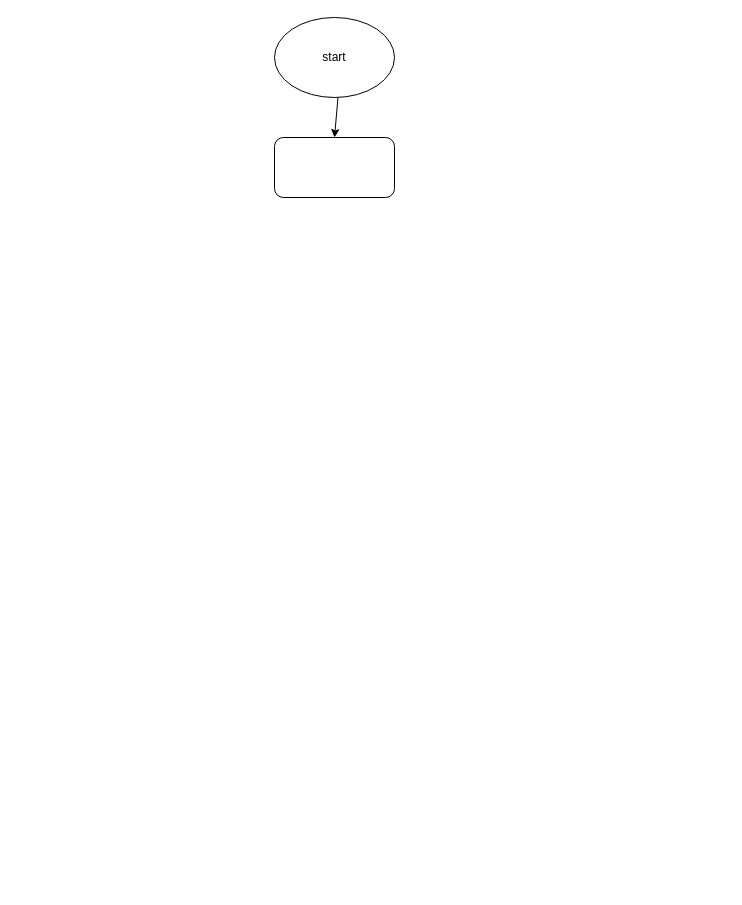
This is scheme.drawio from semenjons/itog, a draw.io file, before an edit. Source tidied: cells renumbered, new cells numbered last; positions are measured from the earlier drawing's top-left corner, leaving out a move shared by most shapes. Both pictures are drawn from the tidied source at 100%, with x=0, y=0 at pixel (274, 17).
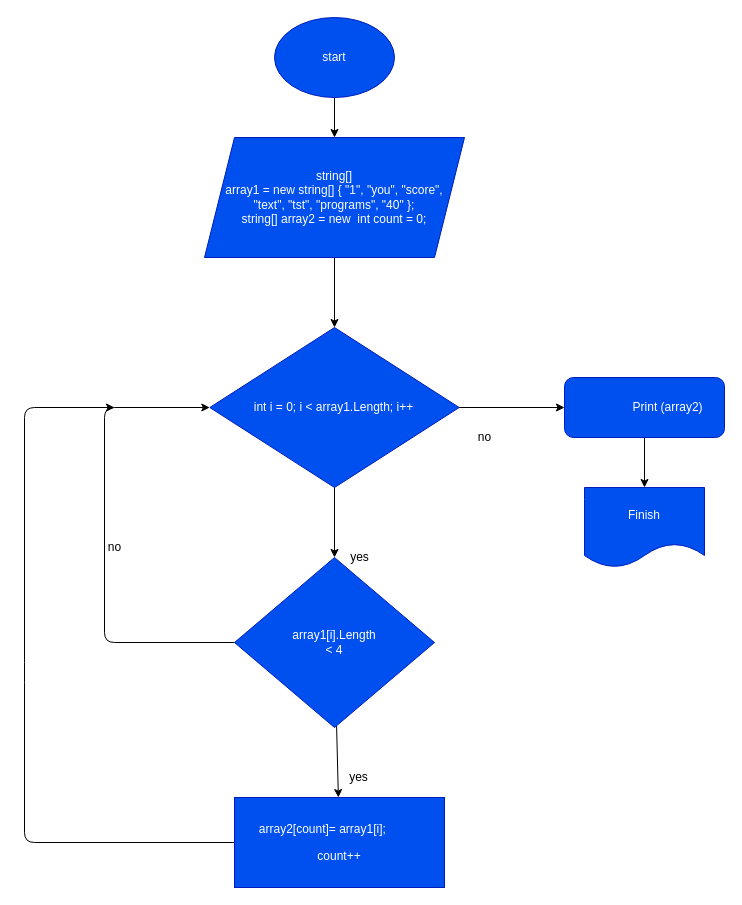
Above is the later version.

Commit message (it also covers changes not shown here):
создан файл блок схемы с расширением png

Change to the diagram source:
```diff
@@
-    <mxCell id="2" style="rounded=1;whiteSpace=wrap;html=1;" parent="1" vertex="1">
-      <mxGeometry y="120" width="120" height="60" as="geometry" />
-    </mxCell>
+    <mxCell id="5" style="edgeStyle=none;html=1;exitX=0.5;exitY=1;exitDx=0;exitDy=0;" parent="1" edge="1" source="9" target="8">
+      <mxGeometry relative="1" as="geometry" />
+    </mxCell>
-    <mxCell id="3" style="edgeStyle=none;html=1;entryX=0.5;entryY=0;entryDx=0;entryDy=0;" parent="1" edge="1" source="4" target="2">
-      <mxGeometry relative="1" as="geometry" />
+    <mxCell id="3" style="edgeStyle=none;html=1;entryX=0.5;entryY=0;entryDx=0;entryDy=0;" parent="1" edge="1" source="4">
+      <mxGeometry relative="1" as="geometry">
+        <mxPoint x="60" y="120" as="targetPoint" />
+      </mxGeometry>
     </mxCell>
-    <mxCell id="4" value="start" style="ellipse;whiteSpace=wrap;html=1;" parent="1" vertex="1">
+    <mxCell id="4" value="start" style="ellipse;whiteSpace=wrap;html=1;fillColor=#0050ef;fontColor=#ffffff;strokeColor=#001DBC;" parent="1" vertex="1">
       <mxGeometry width="120" height="80" as="geometry" />
     </mxCell>
+    <mxCell id="6" style="edgeStyle=none;html=1;" parent="1" edge="1" source="8" target="12">
+      <mxGeometry relative="1" as="geometry" />
+    </mxCell>
+    <mxCell id="7" style="edgeStyle=none;html=1;" parent="1" edge="1" source="8" target="18">
+      <mxGeometry relative="1" as="geometry" />
+    </mxCell>
+    <mxCell id="8" value="int i = 0; i &amp;lt; array1.Length; i++" style="rhombus;whiteSpace=wrap;html=1;fillColor=#0050ef;fontColor=#ffffff;strokeColor=#001DBC;" parent="1" vertex="1">
+      <mxGeometry x="-64.7" y="310" width="249.4" height="160" as="geometry" />
+    </mxCell>
+    <mxCell id="9" value="&lt;p class=&quot;MsoNormal&quot;&gt;&lt;span lang=&quot;EN-US&quot;&gt;string[]&lt;br/&gt;array1 = new string[] { &quot;1&quot;, &quot;you&quot;, &quot;score&quot;,&lt;br/&gt;&quot;text&quot;, &quot;tst&quot;, &quot;programs&quot;, &quot;40&quot; };&lt;br/&gt;string[] array2 = new&amp;nbsp; int count = 0;&lt;/span&gt;&lt;/p&gt;" style="shape=parallelogram;perimeter=parallelogramPerimeter;whiteSpace=wrap;html=1;fixedSize=1;fillColor=#0050ef;size=30;fontColor=#ffffff;strokeColor=#001DBC;" parent="1" vertex="1">
+      <mxGeometry x="-70" y="120" width="260" height="120" as="geometry" />
+    </mxCell>
+    <mxCell id="10" style="edgeStyle=none;html=1;" parent="1" edge="1" source="12" target="14">
+      <mxGeometry relative="1" as="geometry" />
+    </mxCell>
+    <mxCell id="11" style="edgeStyle=none;html=1;entryX=0;entryY=0.5;entryDx=0;entryDy=0;" parent="1" edge="1" source="12" target="8">
+      <mxGeometry relative="1" as="geometry">
+        <Array as="points">
+          <mxPoint x="-170" y="625" />
+          <mxPoint x="-170" y="390" />
+        </Array>
+      </mxGeometry>
+    </mxCell>
+    <mxCell id="12" value="&lt;p class=&quot;MsoNormal&quot;&gt;&lt;span lang=&quot;EN-US&quot;&gt;array1[i].Length&lt;br/&gt;&amp;lt; 4&lt;/span&gt;&lt;/p&gt;" style="rhombus;whiteSpace=wrap;html=1;fillColor=#0050ef;fontColor=#ffffff;strokeColor=#001DBC;" parent="1" vertex="1">
+      <mxGeometry x="-40" y="540" width="200" height="170" as="geometry" />
+    </mxCell>
+    <mxCell id="13" style="edgeStyle=none;html=1;" parent="1" edge="1" source="14">
+      <mxGeometry relative="1" as="geometry">
+        <mxPoint x="-160" y="390" as="targetPoint" />
+        <Array as="points">
+          <mxPoint x="-250" y="825" />
+          <mxPoint x="-250" y="655" />
+          <mxPoint x="-250" y="390" />
+        </Array>
+      </mxGeometry>
+    </mxCell>
+    <mxCell id="14" value="&lt;p class=&quot;MsoNormal&quot;&gt;&lt;span lang=&quot;EN-US&quot;&gt;array2[count]= array1[i];&amp;nbsp; &amp;nbsp; &amp;nbsp; &amp;nbsp; &amp;nbsp;&amp;nbsp;&lt;/span&gt;&lt;/p&gt;&lt;p class=&quot;MsoNormal&quot;&gt;&lt;span lang=&quot;EN-US&quot;&gt;count++&lt;/span&gt;&lt;/p&gt;" style="rounded=0;whiteSpace=wrap;html=1;fillColor=#0050ef;fontColor=#ffffff;strokeColor=#001DBC;" parent="1" vertex="1">
+      <mxGeometry x="-40" y="780" width="210" height="90" as="geometry" />
+    </mxCell>
+    <mxCell id="15" value="no" style="text;html=1;align=center;verticalAlign=middle;strokeColor=none;fillColor=none;" parent="1" vertex="1">
+      <mxGeometry x="-175" y="520" width="30" height="20" as="geometry" />
+    </mxCell>
+    <mxCell id="16" value="yes" style="text;html=1;align=center;verticalAlign=middle;strokeColor=none;fillColor=none;" parent="1" vertex="1">
+      <mxGeometry x="69" y="750" width="30" height="20" as="geometry" />
+    </mxCell>
+    <mxCell id="17" style="edgeStyle=none;html=1;" parent="1" edge="1" source="18" target="21">
+      <mxGeometry relative="1" as="geometry" />
+    </mxCell>
+    <mxCell id="18" value="&lt;p class=&quot;MsoNormal&quot; style=&quot;text-indent: 35.4pt&quot;&gt;&lt;span lang=&quot;EN-US&quot;&gt;Print (array2)&lt;/span&gt;&lt;/p&gt;" style="rounded=1;whiteSpace=wrap;html=1;fillColor=#0050ef;fontColor=#ffffff;strokeColor=#001DBC;" parent="1" vertex="1">
+      <mxGeometry x="290" y="360" width="160" height="60" as="geometry" />
+    </mxCell>
+    <mxCell id="19" value="no" style="text;html=1;align=center;verticalAlign=middle;strokeColor=none;fillColor=none;" parent="1" vertex="1">
+      <mxGeometry x="195" y="410" width="30" height="20" as="geometry" />
+    </mxCell>
+    <mxCell id="20" value="yes" style="text;html=1;align=center;verticalAlign=middle;strokeColor=none;fillColor=none;" parent="1" vertex="1">
+      <mxGeometry x="70" y="530" width="30" height="20" as="geometry" />
+    </mxCell>
+    <mxCell id="21" value="Finish" style="shape=document;whiteSpace=wrap;html=1;boundedLbl=1;fillColor=#0050ef;fontColor=#ffffff;strokeColor=#001DBC;" parent="1" vertex="1">
+      <mxGeometry x="310" y="470" width="120" height="80" as="geometry" />
+    </mxCell>
```
